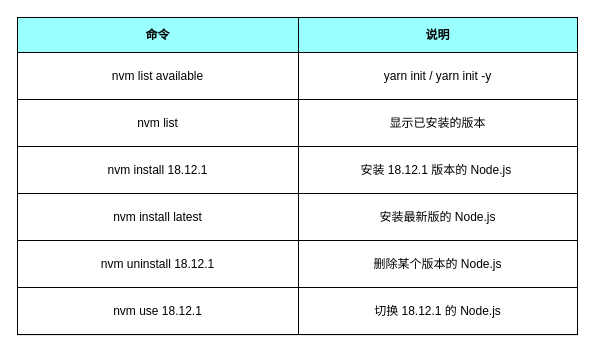
letengzz/Drawing keeps this draw.io diagram as page "nvm" (16 of 16) of nodejs.drawio. Above is the earlier version. Source tidied: cells renumbered, new cells numbered last; positions are measured from the earlier drawing's top-left corner, leaving out a move shared by most shapes. Both pictures are drawn from the tidied source at 100%, with x=0, y=0 at pixel (17, 17).
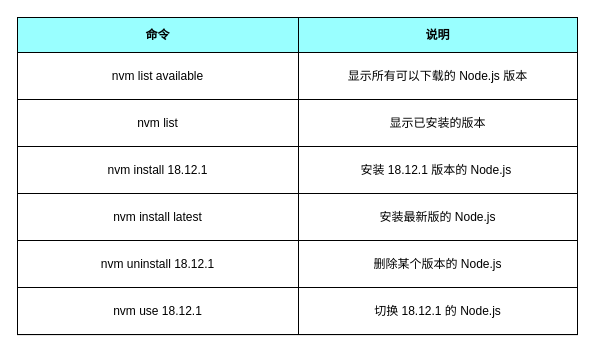
After the change.

Unchanged cells that the change refers to:
```xml
<mxCell id="6" style="shape=tableRow;horizontal=0;startSize=0;swimlaneHead=0;swimlaneBody=0;top=0;left=0;bottom=0;right=0;fontStyle=0;fillColor=none;strokeColor=inherit;" parent="2" vertex="1">
  <mxGeometry y="35" width="560" height="47" as="geometry" />
</mxCell>
```

Diff of the diagram source:
```diff
@@
-    <mxCell id="8" value="yarn init / yarn init -y" style="strokeColor=inherit;fillColor=none;align=center;whiteSpace=wrap;html=1;" parent="6" vertex="1">
+    <mxCell id="8" value="显示所有可以下载的 Node.js 版本" style="strokeColor=inherit;fillColor=none;align=center;whiteSpace=wrap;html=1;" parent="6" vertex="1">
       <mxGeometry x="281" width="279" height="47" as="geometry" />
     </mxCell>
```
